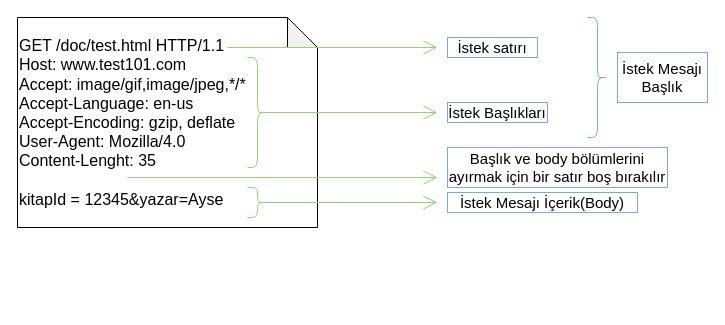
Before: page "HTTP" (2 of 2) of mavenFlow.drawio in aysedemirel/aysedemirel.github.io, a draw.io diagram. Source tidied: cells renumbered, new cells numbered last; positions are measured from the earlier drawing's top-left corner, leaving out a move shared by most shapes. Both pictures are drawn from the tidied source at 100%, with x=0, y=0 at pixel (17, 17).
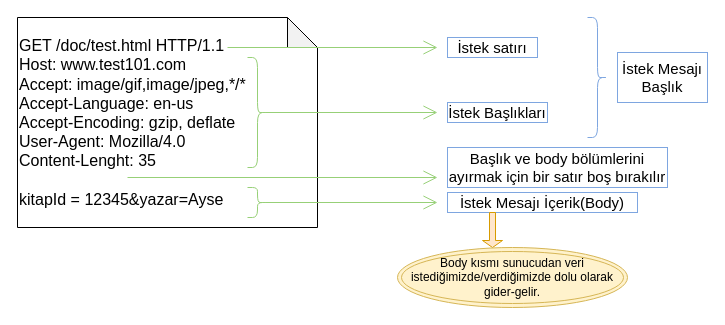
The same diagram, later.

The edit, as a diff of the source:
```diff
@@
+    <mxCell id="15" style="shape=singleArrow;direction=south;whiteSpace=wrap;html=1;fillColor=#ffe6cc;strokeColor=#d79b00;" parent="1" vertex="1">
+      <mxGeometry x="465" y="195" width="20" height="35" as="geometry" />
+    </mxCell>
+    <mxCell id="16" value="Body kısmı sunucudan veri istediğimizde/verdiğimizde dolu olarak gider-gelir." style="ellipse;shape=doubleEllipse;whiteSpace=wrap;html=1;fillColor=#fff2cc;strokeColor=#d6b656;" parent="1" vertex="1">
+      <mxGeometry x="380" y="230" width="230" height="60" as="geometry" />
+    </mxCell>
```
